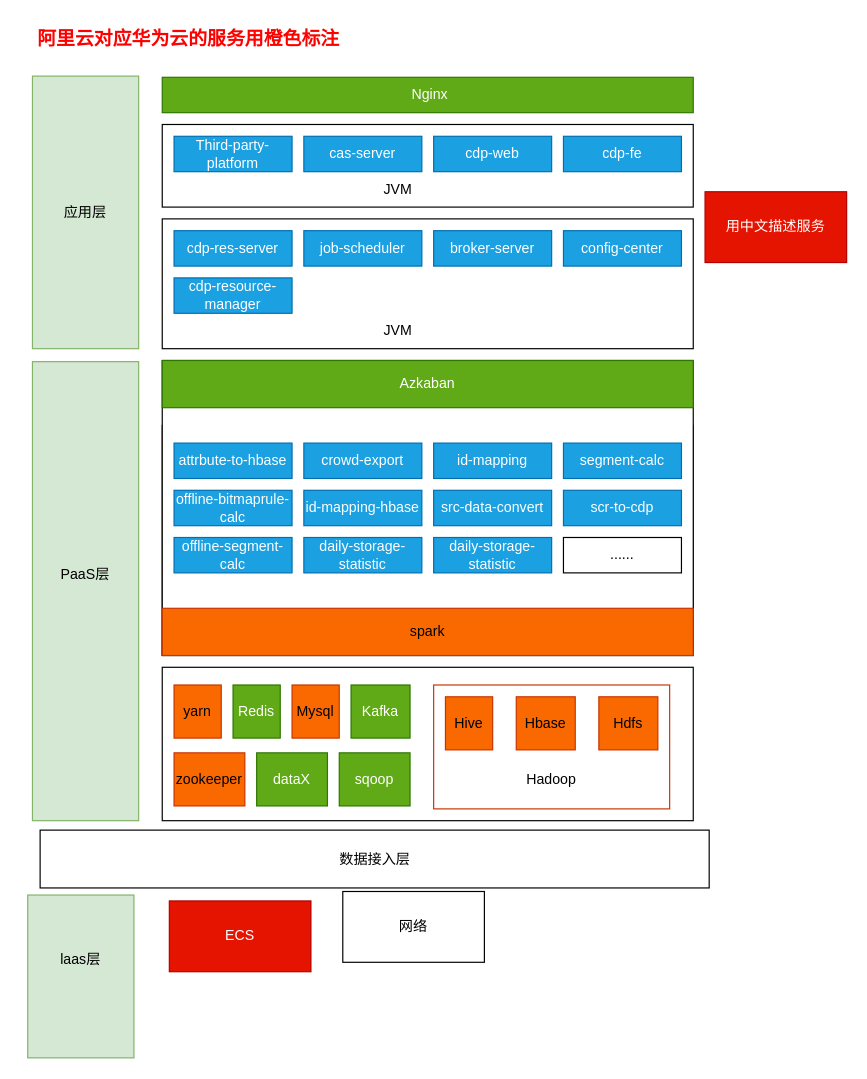
This is CDP服务部署逻辑图.drawio from DThadch/draw, a draw.io file, before an edit. Source tidied: cells renumbered, new cells numbered last; positions are measured from the earlier drawing's top-left corner, leaving out a move shared by most shapes. Both pictures are drawn from the tidied source at 118%, with x=0, y=0 at pixel (20, 20).
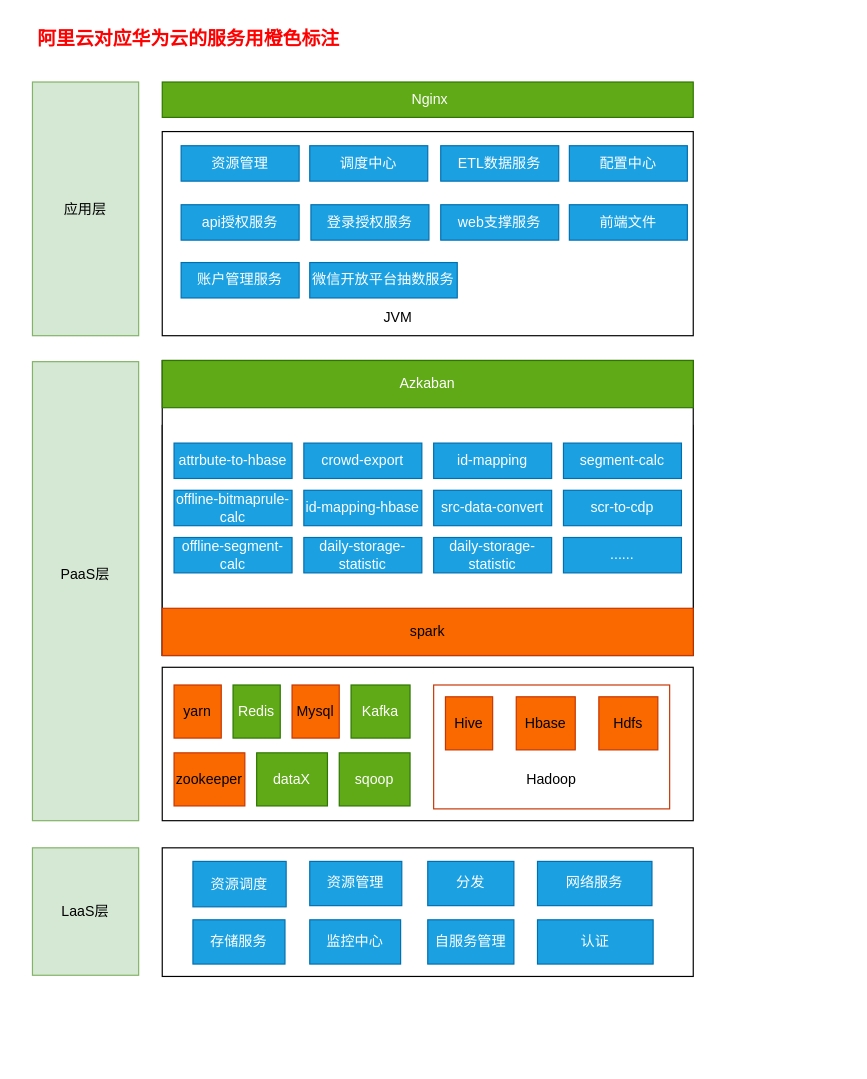
The same page after the edit.

Commit message:
更新CDP服务部署逻辑图.drawio

The edit, as a diff of the source:
```diff
@@
+    <mxCell id="53" style="rounded=0;whiteSpace=wrap;html=1;" parent="1" vertex="1">
+      <mxGeometry x="120" y="701" width="450" height="109" as="geometry" />
+    </mxCell>
+    <mxCell id="11" style="rounded=0;whiteSpace=wrap;html=1;" parent="1" vertex="1">
+      <mxGeometry x="120" y="94" width="450" height="173" as="geometry" />
+    </mxCell>
@@
-    <mxCell id="3" style="rounded=0;whiteSpace=wrap;html=1;" parent="1" vertex="1">
-      <mxGeometry x="120" y="88" width="450" height="70" as="geometry" />
-    </mxCell>
     <mxCell id="4" value="&lt;span style=&quot;white-space: pre;&quot;&gt;&#9;&lt;/span&gt;Nginx&lt;span style=&quot;white-space: pre;&quot;&gt;&#9;&lt;/span&gt;" style="rounded=0;whiteSpace=wrap;html=1;fillColor=#60a917;fontColor=#ffffff;strokeColor=#2D7600;" parent="1" vertex="1">
-      <mxGeometry x="120" y="48" width="450" height="30" as="geometry" />
+      <mxGeometry x="120" y="52" width="450" height="30" as="geometry" />
     </mxCell>
-    <mxCell id="5" value="Third-party-&lt;div&gt;platform&lt;/div&gt;" style="rounded=0;whiteSpace=wrap;html=1;fillColor=#1ba1e2;fontColor=#ffffff;strokeColor=#006EAF;" parent="1" vertex="1">
-      <mxGeometry x="130" y="98" width="100" height="30" as="geometry" />
+    <mxCell id="5" value="api授权服务" style="rounded=0;whiteSpace=wrap;html=1;fillColor=#1ba1e2;fontColor=#ffffff;strokeColor=#006EAF;" parent="1" vertex="1">
+      <mxGeometry x="136" y="156" width="100" height="30" as="geometry" />
     </mxCell>
-    <mxCell id="6" value="cas-server" style="rounded=0;whiteSpace=wrap;html=1;fillColor=#1ba1e2;fontColor=#ffffff;strokeColor=#006EAF;" parent="1" vertex="1">
-      <mxGeometry x="240" y="98" width="100" height="30" as="geometry" />
+    <mxCell id="6" value="登录授权服务" style="rounded=0;whiteSpace=wrap;html=1;fillColor=#1ba1e2;fontColor=#ffffff;strokeColor=#006EAF;" parent="1" vertex="1">
+      <mxGeometry x="246" y="156" width="100" height="30" as="geometry" />
     </mxCell>
-    <mxCell id="7" value="cdp-web" style="rounded=0;whiteSpace=wrap;html=1;fillColor=#1ba1e2;fontColor=#ffffff;strokeColor=#006EAF;" parent="1" vertex="1">
-      <mxGeometry x="350" y="98" width="100" height="30" as="geometry" />
+    <mxCell id="7" value="web支撑服务" style="rounded=0;whiteSpace=wrap;html=1;fillColor=#1ba1e2;fontColor=#ffffff;strokeColor=#006EAF;" parent="1" vertex="1">
+      <mxGeometry x="356" y="156" width="100" height="30" as="geometry" />
     </mxCell>
-    <mxCell id="8" value="cdp-fe" style="rounded=0;whiteSpace=wrap;html=1;fillColor=#1ba1e2;fontColor=#ffffff;strokeColor=#006EAF;" parent="1" vertex="1">
-      <mxGeometry x="460" y="98" width="100" height="30" as="geometry" />
+    <mxCell id="8" value="前端文件" style="rounded=0;whiteSpace=wrap;html=1;fillColor=#1ba1e2;fontColor=#ffffff;strokeColor=#006EAF;" parent="1" vertex="1">
+      <mxGeometry x="465" y="156" width="100" height="30" as="geometry" />
     </mxCell>
-    <mxCell id="9" value="JVM" style="text;html=1;align=center;verticalAlign=middle;whiteSpace=wrap;rounded=0;" parent="1" vertex="1">
-      <mxGeometry x="290" y="128" width="60" height="30" as="geometry" />
-    </mxCell>
     <mxCell id="10" value="应用层" style="rounded=0;whiteSpace=wrap;html=1;fillColor=#d5e8d4;strokeColor=#82b366;" parent="1" vertex="1">
-      <mxGeometry x="10" y="47" width="90" height="231" as="geometry" />
+      <mxGeometry x="10" y="52" width="90" height="215" as="geometry" />
     </mxCell>
-    <mxCell id="11" style="rounded=0;whiteSpace=wrap;html=1;" parent="1" vertex="1">
-      <mxGeometry x="120" y="168" width="450" height="110" as="geometry" />
-    </mxCell>
-    <mxCell id="12" value="cdp-res-server" style="rounded=0;whiteSpace=wrap;html=1;fillColor=#1ba1e2;fontColor=#ffffff;strokeColor=#006EAF;" parent="1" vertex="1">
-      <mxGeometry x="130" y="178" width="100" height="30" as="geometry" />
-    </mxCell>
-    <mxCell id="13" value="job-scheduler" style="rounded=0;whiteSpace=wrap;html=1;fillColor=#1ba1e2;fontColor=#ffffff;strokeColor=#006EAF;" parent="1" vertex="1">
-      <mxGeometry x="240" y="178" width="100" height="30" as="geometry" />
+    <mxCell id="13" value="调度中心" style="rounded=0;whiteSpace=wrap;html=1;fillColor=#1ba1e2;fontColor=#ffffff;strokeColor=#006EAF;" parent="1" vertex="1">
+      <mxGeometry x="245" y="106" width="100" height="30" as="geometry" />
     </mxCell>
-    <mxCell id="14" value="broker-server" style="rounded=0;whiteSpace=wrap;html=1;fillColor=#1ba1e2;fontColor=#ffffff;strokeColor=#006EAF;" parent="1" vertex="1">
-      <mxGeometry x="350" y="178" width="100" height="30" as="geometry" />
+    <mxCell id="14" value="ETL数据服务" style="rounded=0;whiteSpace=wrap;html=1;fillColor=#1ba1e2;fontColor=#ffffff;strokeColor=#006EAF;" parent="1" vertex="1">
+      <mxGeometry x="356" y="106" width="100" height="30" as="geometry" />
     </mxCell>
-    <mxCell id="15" value="config-center" style="rounded=0;whiteSpace=wrap;html=1;fillColor=#1ba1e2;fontColor=#ffffff;strokeColor=#006EAF;" parent="1" vertex="1">
-      <mxGeometry x="460" y="178" width="100" height="30" as="geometry" />
+    <mxCell id="15" value="配置中心" style="rounded=0;whiteSpace=wrap;html=1;fillColor=#1ba1e2;fontColor=#ffffff;strokeColor=#006EAF;" parent="1" vertex="1">
+      <mxGeometry x="465" y="106" width="100" height="30" as="geometry" />
     </mxCell>
-    <mxCell id="16" value="cdp-resource-manager" style="rounded=0;whiteSpace=wrap;html=1;fillColor=#1ba1e2;fontColor=#ffffff;strokeColor=#006EAF;" parent="1" vertex="1">
-      <mxGeometry x="130" y="218" width="100" height="30" as="geometry" />
+    <mxCell id="16" value="资源管理" style="rounded=0;whiteSpace=wrap;html=1;fillColor=#1ba1e2;fontColor=#ffffff;strokeColor=#006EAF;" parent="1" vertex="1">
+      <mxGeometry x="136" y="106" width="100" height="30" as="geometry" />
     </mxCell>
     <mxCell id="17" value="JVM" style="text;html=1;align=center;verticalAlign=middle;whiteSpace=wrap;rounded=0;" parent="1" vertex="1">
-      <mxGeometry x="290" y="248" width="60" height="30" as="geometry" />
+      <mxGeometry x="290" y="237" width="60" height="30" as="geometry" />
     </mxCell>
@@
-    <mxCell id="31" value="......" style="rounded=0;whiteSpace=wrap;" parent="1" vertex="1">
+    <mxCell id="31" value="......" style="rounded=0;whiteSpace=wrap;fillColor=#1ba1e2;fontColor=#ffffff;strokeColor=#006EAF;" parent="1" vertex="1">
       <mxGeometry x="460" y="438" width="100" height="30" as="geometry" />
     </mxCell>
@@
-    <mxCell id="48" value="laas层&lt;div&gt;&lt;br&gt;&lt;/div&gt;&lt;div&gt;&lt;br&gt;&lt;/div&gt;" style="rounded=0;whiteSpace=wrap;html=1;fillColor=#d5e8d4;strokeColor=#82b366;" parent="1" vertex="1">
-      <mxGeometry x="6" y="741" width="90" height="138" as="geometry" />
+    <mxCell id="48" value="&lt;div&gt;&lt;br&gt;&lt;/div&gt;&lt;div&gt;&lt;br&gt;&lt;/div&gt;" style="rounded=0;whiteSpace=wrap;html=1;fillColor=#d5e8d4;strokeColor=#82b366;" parent="1" vertex="1">
+      <mxGeometry x="10" y="701" width="90" height="108" as="geometry" />
     </mxCell>
-    <mxCell id="49" value="ECS" style="rounded=0;whiteSpace=wrap;html=1;fillColor=#e51400;fontColor=#ffffff;strokeColor=#B20000;" parent="1" vertex="1">
-      <mxGeometry x="126" y="746" width="120" height="60" as="geometry" />
+    <mxCell id="49" value="资源调度" style="rounded=0;whiteSpace=wrap;html=1;fillColor=#1ba1e2;fontColor=#ffffff;strokeColor=#006EAF;" parent="1" vertex="1">
+      <mxGeometry x="146" y="712.5" width="79" height="38.5" as="geometry" />
     </mxCell>
-    <mxCell id="50" value="网络" style="rounded=0;whiteSpace=wrap;html=1;" parent="1" vertex="1">
-      <mxGeometry x="273" y="738" width="120" height="60" as="geometry" />
+    <mxCell id="50" value="资源管理" style="rounded=0;whiteSpace=wrap;html=1;fillColor=#1ba1e2;fontColor=#ffffff;strokeColor=#006EAF;" parent="1" vertex="1">
+      <mxGeometry x="245" y="712.5" width="78" height="37.5" as="geometry" />
     </mxCell>
-    <mxCell id="51" value="用中文描述服务" style="rounded=0;whiteSpace=wrap;html=1;fillColor=#e51400;fontColor=#ffffff;strokeColor=#B20000;" parent="1" vertex="1">
-      <mxGeometry x="580" y="145" width="120" height="60" as="geometry" />
-    </mxCell>
-    <mxCell id="52" value="数据接入层" style="rounded=0;whiteSpace=wrap;html=1;" parent="1" vertex="1">
-      <mxGeometry x="16.5" y="686" width="567" height="49" as="geometry" />
-    </mxCell>
+    <mxCell id="54" value="账户管理服务" style="rounded=0;whiteSpace=wrap;html=1;fillColor=#1ba1e2;fontColor=#ffffff;strokeColor=#006EAF;" parent="1" vertex="1">
+      <mxGeometry x="136" y="205" width="100" height="30" as="geometry" />
+    </mxCell>
+    <mxCell id="55" value="微信开放平台抽数服务" style="rounded=0;whiteSpace=wrap;html=1;fillColor=#1ba1e2;fontColor=#ffffff;strokeColor=#006EAF;" parent="1" vertex="1">
+      <mxGeometry x="245" y="205" width="125" height="30" as="geometry" />
+    </mxCell>
+    <mxCell id="56" value="LaaS层" style="text;html=1;align=center;verticalAlign=middle;whiteSpace=wrap;rounded=0;" parent="1" vertex="1">
+      <mxGeometry x="25" y="740" width="60" height="30" as="geometry" />
+    </mxCell>
+    <mxCell id="57" value="分发" style="rounded=0;whiteSpace=wrap;html=1;fillColor=#1ba1e2;fontColor=#ffffff;strokeColor=#006EAF;" parent="1" vertex="1">
+      <mxGeometry x="345" y="712.5" width="73" height="37.5" as="geometry" />
+    </mxCell>
+    <mxCell id="58" value="网络服务" style="rounded=0;whiteSpace=wrap;html=1;fillColor=#1ba1e2;fontColor=#ffffff;strokeColor=#006EAF;" parent="1" vertex="1">
+      <mxGeometry x="438" y="712.5" width="97" height="37.5" as="geometry" />
+    </mxCell>
+    <mxCell id="59" value="存储服务" style="rounded=0;whiteSpace=wrap;html=1;fillColor=#1ba1e2;fontColor=#ffffff;strokeColor=#006EAF;" parent="1" vertex="1">
+      <mxGeometry x="146" y="762" width="78" height="37.5" as="geometry" />
+    </mxCell>
+    <mxCell id="60" value="监控中心" style="rounded=0;whiteSpace=wrap;html=1;fillColor=#1ba1e2;fontColor=#ffffff;strokeColor=#006EAF;" parent="1" vertex="1">
+      <mxGeometry x="245" y="762" width="77" height="37.5" as="geometry" />
+    </mxCell>
+    <mxCell id="61" value="自服务管理" style="rounded=0;whiteSpace=wrap;html=1;fillColor=#1ba1e2;fontColor=#ffffff;strokeColor=#006EAF;" parent="1" vertex="1">
+      <mxGeometry x="345" y="762" width="73" height="37.5" as="geometry" />
+    </mxCell>
+    <mxCell id="62" value="认证" style="rounded=0;whiteSpace=wrap;html=1;fillColor=#1ba1e2;fontColor=#ffffff;strokeColor=#006EAF;" parent="1" vertex="1">
+      <mxGeometry x="438" y="762" width="98" height="37.5" as="geometry" />
+    </mxCell>
```
